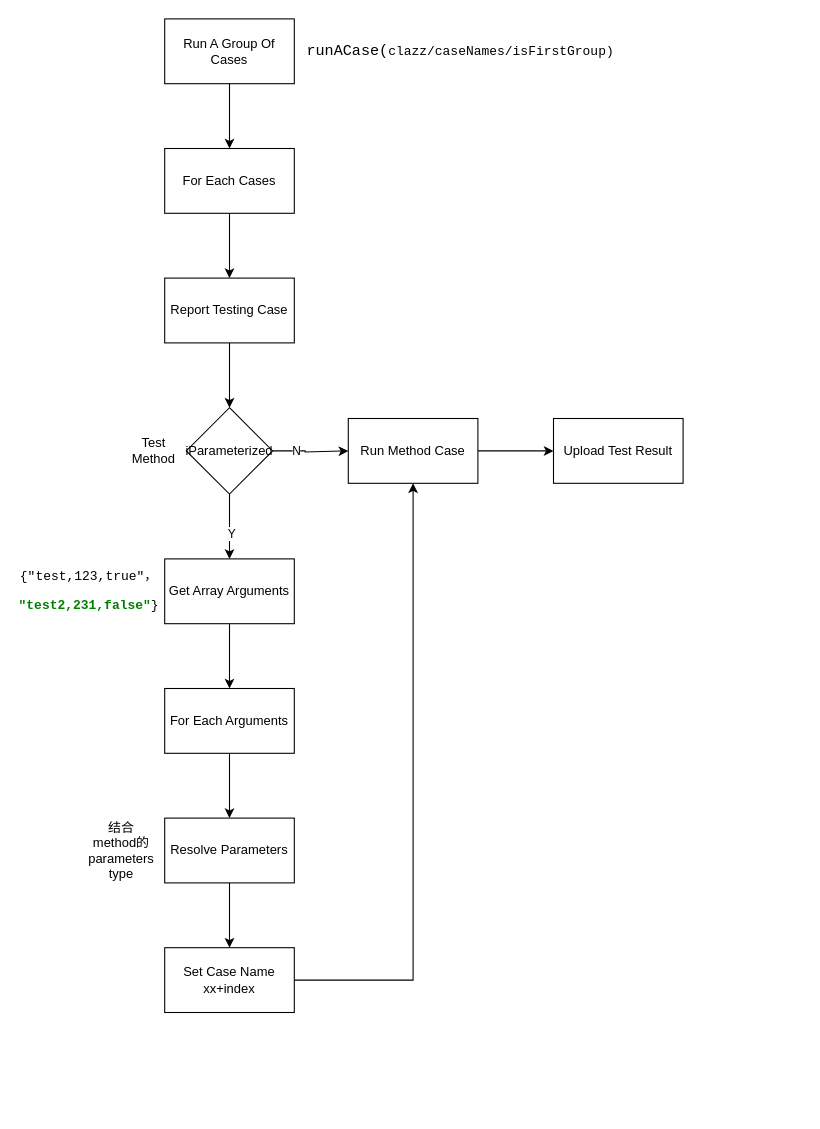
The draw.io diagram page "DataDriven" (10 of 10) of App Automation 2.0.drawio in michellec2021/appium-demo, before the edit. Source tidied: cells renumbered, new cells numbered last; positions are measured from the earlier drawing's top-left corner, leaving out a move shared by most shapes. Both pictures are drawn from the tidied source at 108%, with x=0, y=0 at pixel (56, 18).
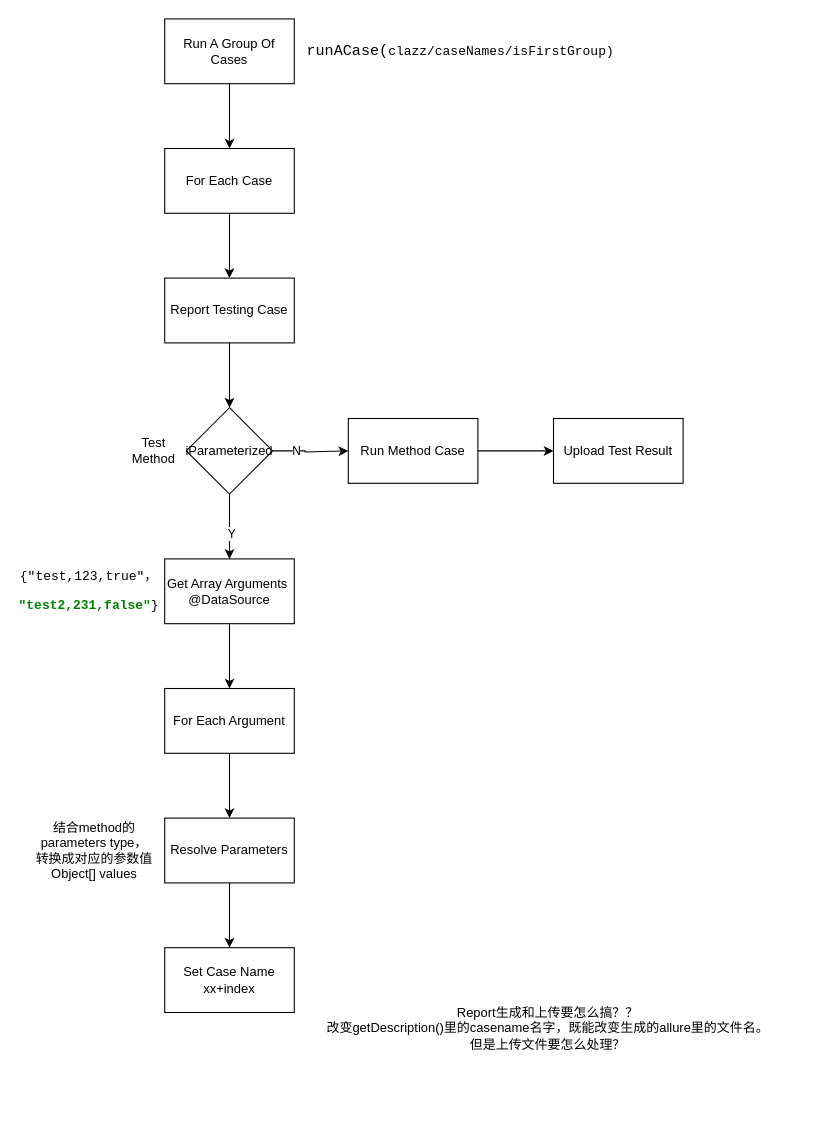
Above is the later version.

Unchanged cells that the change refers to:
```xml
<mxCell id="10" value="Run Method Case" style="whiteSpace=wrap;html=1;" parent="1" vertex="1">
  <mxGeometry x="270" y="370" width="120" height="60" as="geometry" />
</mxCell>
<mxCell id="27" value="Set Case Name xx+index" style="rounded=0;whiteSpace=wrap;html=1;" parent="1" vertex="1">
  <mxGeometry x="100" y="860" width="120" height="60" as="geometry" />
</mxCell>
```

The edit, as a diff of the source:
```diff
@@
-    <mxCell id="12" value="Get Array Arguments" style="whiteSpace=wrap;html=1;" parent="1" vertex="1">
+    <mxCell id="12" value="Get Array Arguments&amp;nbsp;&lt;br&gt;@DataSource" style="whiteSpace=wrap;html=1;" parent="1" vertex="1">
       <mxGeometry x="100" y="500" width="120" height="60" as="geometry" />
     </mxCell>
@@
-    <mxCell id="15" value="For Each Cases" style="rounded=0;whiteSpace=wrap;html=1;" parent="1" vertex="1">
+    <mxCell id="15" value="For Each Case" style="rounded=0;whiteSpace=wrap;html=1;" parent="1" vertex="1">
       <mxGeometry x="100" y="120" width="120" height="60" as="geometry" />
     </mxCell>
@@
-    <mxCell id="22" value="For Each Arguments" style="rounded=0;whiteSpace=wrap;html=1;" parent="1" vertex="1">
+    <mxCell id="22" value="For Each Argument" style="rounded=0;whiteSpace=wrap;html=1;" parent="1" vertex="1">
       <mxGeometry x="100" y="620" width="120" height="60" as="geometry" />
     </mxCell>
@@
-    <mxCell id="25" value="结合method的parameters type" style="text;html=1;strokeColor=none;fillColor=none;align=center;verticalAlign=middle;whiteSpace=wrap;rounded=0;" parent="1" vertex="1">
-      <mxGeometry x="30" y="755" width="60" height="30" as="geometry" />
+    <mxCell id="25" value="结合method的parameters type，转换成对应的参数值Object[] values" style="text;html=1;strokeColor=none;fillColor=none;align=center;verticalAlign=middle;whiteSpace=wrap;rounded=0;" parent="1" vertex="1">
+      <mxGeometry x="-20" y="752.5" width="110" height="35" as="geometry" />
     </mxCell>
-    <mxCell id="26" style="edgeStyle=orthogonalEdgeStyle;rounded=0;jettySize=auto;html=1;exitX=1;exitY=0.5;exitDx=0;exitDy=0;entryX=0.5;entryY=1;entryDx=0;entryDy=0;" parent="1" edge="1" source="27" target="10">
-      <mxGeometry relative="1" as="geometry" />
-    </mxCell>
@@
+    <mxCell id="28" value="Report生成和上传要怎么搞？？&lt;br&gt;改变getDescription()里的casename名字，既能改变生成的allure里的文件名。&lt;br&gt;但是上传文件要怎么处理？" style="text;html=1;strokeColor=none;fillColor=none;align=center;verticalAlign=middle;whiteSpace=wrap;rounded=0;" parent="1" vertex="1">
+      <mxGeometry x="220" y="860" width="470" height="150" as="geometry" />
+    </mxCell>
```
